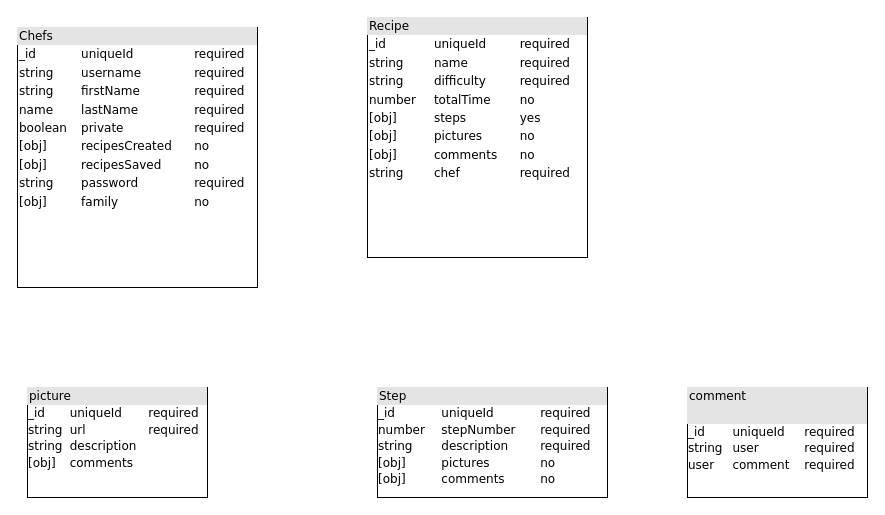
Earlier version of the draw.io diagram cookbooksite.drawio (barboa91/back-cook). Source tidied: cells renumbered, new cells numbered last; positions are measured from the earlier drawing's top-left corner, leaving out a move shared by most shapes. Both pictures are drawn from the tidied source at 100%, with x=0, y=0 at pixel (17, 17).
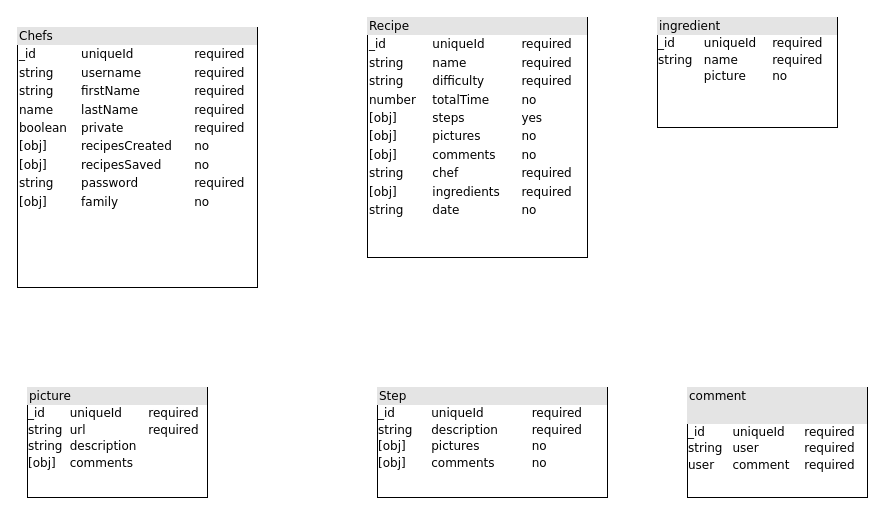
The same diagram, later.

Change to the diagram source:
```diff
@@
 <mxGraphModel>
   <root>
     <mxCell id="0" />
     <mxCell id="1" parent="0" />
     <mxCell id="2" value="&lt;div style=&quot;box-sizing: border-box ; width: 100% ; background: #e4e4e4 ; padding: 2px&quot;&gt;Chefs&lt;/div&gt;&lt;table style=&quot;width: 100% ; font-size: 1em&quot; cellpadding=&quot;2&quot; cellspacing=&quot;0&quot;&gt;&lt;tbody&gt;&lt;tr&gt;&lt;td&gt;_id&lt;/td&gt;&lt;td&gt;uniqueId&lt;/td&gt;&lt;td&gt;required&lt;/td&gt;&lt;/tr&gt;&lt;tr&gt;&lt;td&gt;string&lt;/td&gt;&lt;td&gt;username&lt;/td&gt;&lt;td&gt;required&lt;br&gt;&lt;/td&gt;&lt;/tr&gt;&lt;tr&gt;&lt;td&gt;string&lt;/td&gt;&lt;td&gt;firstName&lt;/td&gt;&lt;td&gt;required&lt;br&gt;&lt;/td&gt;&lt;/tr&gt;&lt;tr&gt;&lt;td&gt;name&lt;/td&gt;&lt;td&gt;lastName&lt;br&gt;&lt;/td&gt;&lt;td&gt;required&lt;br&gt;&lt;/td&gt;&lt;/tr&gt;&lt;tr&gt;&lt;td&gt;boolean&lt;/td&gt;&lt;td&gt;private&lt;/td&gt;&lt;td&gt;required&lt;br&gt;&lt;/td&gt;&lt;/tr&gt;&lt;tr&gt;&lt;td&gt;[obj]&lt;br&gt;&lt;/td&gt;&lt;td&gt;recipesCreated&lt;/td&gt;&lt;td&gt;no&lt;/td&gt;&lt;/tr&gt;&lt;tr&gt;&lt;td&gt;[obj]&lt;br&gt;&lt;/td&gt;&lt;td&gt;recipesSaved&lt;/td&gt;&lt;td&gt;no&lt;/td&gt;&lt;/tr&gt;&lt;tr&gt;&lt;td&gt;string&lt;/td&gt;&lt;td&gt;password&lt;/td&gt;&lt;td&gt;required&lt;br&gt;&lt;/td&gt;&lt;/tr&gt;&lt;tr&gt;&lt;td&gt;[obj]&lt;br&gt;&lt;/td&gt;&lt;td&gt;family&lt;/td&gt;&lt;td&gt;no&lt;/td&gt;&lt;/tr&gt;&lt;/tbody&gt;&lt;/table&gt;" style="verticalAlign=top;align=left;overflow=fill;html=1;rounded=0;shadow=0;comic=0;labelBackgroundColor=none;strokeWidth=1;fontFamily=Verdana;fontSize=12;" parent="1" vertex="1">
       <mxGeometry y="10" width="240" height="260" as="geometry" />
     </mxCell>
-    <mxCell id="3" value="&lt;div style=&quot;box-sizing: border-box ; width: 100% ; background: #e4e4e4 ; padding: 2px&quot;&gt;Recipe&lt;br&gt;&lt;/div&gt;&lt;table style=&quot;width: 100% ; font-size: 1em&quot; cellpadding=&quot;2&quot; cellspacing=&quot;0&quot;&gt;&lt;tbody&gt;&lt;tr&gt;&lt;td&gt;_id&lt;/td&gt;&lt;td&gt;uniqueId&lt;/td&gt;&lt;td&gt;required&lt;/td&gt;&lt;/tr&gt;&lt;tr&gt;&lt;td&gt;string&lt;/td&gt;&lt;td&gt;name&lt;/td&gt;&lt;td&gt;required&lt;br&gt;&lt;/td&gt;&lt;/tr&gt;&lt;tr&gt;&lt;td&gt;string&lt;br&gt;&lt;/td&gt;&lt;td&gt;difficulty&lt;/td&gt;&lt;td&gt;required&lt;br&gt;&lt;/td&gt;&lt;/tr&gt;&lt;tr&gt;&lt;td&gt;number&lt;/td&gt;&lt;td&gt;totalTime&lt;/td&gt;&lt;td&gt;no&lt;/td&gt;&lt;/tr&gt;&lt;tr&gt;&lt;td&gt;[obj]&lt;br&gt;&lt;/td&gt;&lt;td&gt;steps&lt;/td&gt;&lt;td&gt;yes&lt;/td&gt;&lt;/tr&gt;&lt;tr&gt;&lt;td&gt;[obj]&lt;br&gt;&lt;/td&gt;&lt;td&gt;pictures&lt;/td&gt;&lt;td&gt;no&lt;/td&gt;&lt;/tr&gt;&lt;tr&gt;&lt;td&gt;[obj]&lt;br&gt;&lt;/td&gt;&lt;td&gt;comments&lt;/td&gt;&lt;td&gt;no&lt;/td&gt;&lt;/tr&gt;&lt;tr&gt;&lt;td&gt;string&lt;/td&gt;&lt;td&gt;chef&lt;/td&gt;&lt;td&gt;required&lt;/td&gt;&lt;/tr&gt;&lt;tr&gt;&lt;td&gt;&lt;br&gt;&lt;/td&gt;&lt;td&gt;&lt;br&gt;&lt;/td&gt;&lt;td&gt;&lt;br&gt;&lt;/td&gt;&lt;/tr&gt;&lt;/tbody&gt;&lt;/table&gt;" style="verticalAlign=top;align=left;overflow=fill;html=1;rounded=0;shadow=0;comic=0;labelBackgroundColor=none;strokeWidth=1;fontFamily=Verdana;fontSize=12;" parent="1" vertex="1">
+    <mxCell id="3" value="&lt;div style=&quot;box-sizing: border-box ; width: 100% ; background: #e4e4e4 ; padding: 2px&quot;&gt;Recipe&lt;br&gt;&lt;/div&gt;&lt;table style=&quot;width: 100% ; font-size: 1em&quot; cellpadding=&quot;2&quot; cellspacing=&quot;0&quot;&gt;&lt;tbody&gt;&lt;tr&gt;&lt;td&gt;_id&lt;/td&gt;&lt;td&gt;uniqueId&lt;/td&gt;&lt;td&gt;required&lt;/td&gt;&lt;/tr&gt;&lt;tr&gt;&lt;td&gt;string&lt;/td&gt;&lt;td&gt;name&lt;/td&gt;&lt;td&gt;required&lt;br&gt;&lt;/td&gt;&lt;/tr&gt;&lt;tr&gt;&lt;td&gt;string&lt;br&gt;&lt;/td&gt;&lt;td&gt;difficulty&lt;/td&gt;&lt;td&gt;required&lt;br&gt;&lt;/td&gt;&lt;/tr&gt;&lt;tr&gt;&lt;td&gt;number&lt;/td&gt;&lt;td&gt;totalTime&lt;/td&gt;&lt;td&gt;no&lt;/td&gt;&lt;/tr&gt;&lt;tr&gt;&lt;td&gt;[obj]&lt;br&gt;&lt;/td&gt;&lt;td&gt;steps&lt;/td&gt;&lt;td&gt;yes&lt;/td&gt;&lt;/tr&gt;&lt;tr&gt;&lt;td&gt;[obj]&lt;br&gt;&lt;/td&gt;&lt;td&gt;pictures&lt;/td&gt;&lt;td&gt;no&lt;/td&gt;&lt;/tr&gt;&lt;tr&gt;&lt;td&gt;[obj]&lt;br&gt;&lt;/td&gt;&lt;td&gt;comments&lt;/td&gt;&lt;td&gt;no&lt;/td&gt;&lt;/tr&gt;&lt;tr&gt;&lt;td&gt;string&lt;/td&gt;&lt;td&gt;chef&lt;/td&gt;&lt;td&gt;required&lt;/td&gt;&lt;/tr&gt;&lt;tr&gt;&lt;td&gt;[obj]&lt;/td&gt;&lt;td&gt;ingredients&lt;/td&gt;&lt;td&gt;required&lt;/td&gt;&lt;/tr&gt;&lt;tr&gt;&lt;td&gt;string&lt;/td&gt;&lt;td&gt;date&lt;/td&gt;&lt;td&gt;no&lt;/td&gt;&lt;/tr&gt;&lt;/tbody&gt;&lt;/table&gt;" style="verticalAlign=top;align=left;overflow=fill;html=1;rounded=0;shadow=0;comic=0;labelBackgroundColor=none;strokeWidth=1;fontFamily=Verdana;fontSize=12;" parent="1" vertex="1">
       <mxGeometry x="350" width="220" height="240" as="geometry" />
     </mxCell>
     <mxCell id="4" value="&lt;div style=&quot;box-sizing: border-box ; width: 100% ; background: #e4e4e4 ; padding: 2px&quot;&gt;picture&lt;br&gt;&lt;/div&gt;&lt;table style=&quot;width: 100% ; font-size: 1em&quot; cellpadding=&quot;1&quot; cellspacing=&quot;0&quot;&gt;&lt;tbody&gt;&lt;tr&gt;&lt;td&gt;_id&lt;/td&gt;&lt;td&gt;uniqueId&lt;/td&gt;&lt;td&gt;required&lt;/td&gt;&lt;/tr&gt;&lt;tr&gt;&lt;td&gt;string&lt;/td&gt;&lt;td&gt;url&lt;/td&gt;&lt;td&gt;required&lt;/td&gt;&lt;/tr&gt;&lt;tr&gt;&lt;td&gt;string&lt;/td&gt;&lt;td&gt;description&lt;/td&gt;&lt;td&gt;&lt;br&gt;&lt;/td&gt;&lt;/tr&gt;&lt;tr&gt;&lt;td&gt;[obj]&lt;/td&gt;&lt;td&gt;comments&lt;/td&gt;&lt;td&gt;&lt;br&gt;&lt;/td&gt;&lt;/tr&gt;&lt;/tbody&gt;&lt;/table&gt;" style="verticalAlign=top;align=left;overflow=fill;html=1;rounded=0;shadow=0;comic=0;labelBackgroundColor=none;strokeWidth=1;fontFamily=Verdana;fontSize=12;" parent="1" vertex="1">
       <mxGeometry x="10" y="370" width="180" height="110" as="geometry" />
     </mxCell>
     <mxCell id="5" value="&lt;div style=&quot;box-sizing: border-box ; width: 100% ; background: #e4e4e4 ; padding: 2px&quot;&gt;comment&lt;br&gt;&lt;/div&gt;&lt;div style=&quot;box-sizing: border-box ; width: 100% ; background: #e4e4e4 ; padding: 2px&quot;&gt;&lt;br&gt;&lt;/div&gt;&lt;table style=&quot;width: 100% ; font-size: 1em&quot; cellpadding=&quot;1&quot; cellspacing=&quot;0&quot;&gt;&lt;tbody&gt;&lt;tr&gt;&lt;td&gt;_id&lt;/td&gt;&lt;td&gt;uniqueId&lt;/td&gt;&lt;td&gt;required&lt;/td&gt;&lt;/tr&gt;&lt;tr&gt;&lt;td&gt;string&lt;/td&gt;&lt;td&gt;user&lt;/td&gt;&lt;td&gt;required&lt;/td&gt;&lt;/tr&gt;&lt;tr&gt;&lt;td&gt;user&lt;/td&gt;&lt;td&gt;comment&lt;/td&gt;&lt;td&gt;required&lt;/td&gt;&lt;/tr&gt;&lt;tr&gt;&lt;td&gt;&lt;br&gt;&lt;/td&gt;&lt;td&gt;&lt;br&gt;&lt;/td&gt;&lt;td&gt;&lt;br&gt;&lt;/td&gt;&lt;/tr&gt;&lt;/tbody&gt;&lt;/table&gt;" style="verticalAlign=top;align=left;overflow=fill;html=1;rounded=0;shadow=0;comic=0;labelBackgroundColor=none;strokeWidth=1;fontFamily=Verdana;fontSize=12;" parent="1" vertex="1">
       <mxGeometry x="670" y="370" width="180" height="110" as="geometry" />
     </mxCell>
-    <mxCell id="6" value="&lt;div style=&quot;box-sizing: border-box ; width: 100% ; background: #e4e4e4 ; padding: 2px&quot;&gt;Step&lt;/div&gt;&lt;table style=&quot;width: 100% ; font-size: 1em&quot; cellpadding=&quot;1&quot; cellspacing=&quot;0&quot;&gt;&lt;tbody&gt;&lt;tr&gt;&lt;td&gt;_id&lt;/td&gt;&lt;td&gt;uniqueId&lt;/td&gt;&lt;td&gt;required&lt;/td&gt;&lt;/tr&gt;&lt;tr&gt;&lt;td&gt;number&lt;/td&gt;&lt;td&gt;stepNumber&lt;/td&gt;&lt;td&gt;required&lt;/td&gt;&lt;/tr&gt;&lt;tr&gt;&lt;td&gt;string&lt;/td&gt;&lt;td&gt;description&lt;/td&gt;&lt;td&gt;required&lt;/td&gt;&lt;/tr&gt;&lt;tr&gt;&lt;td&gt;[obj]&lt;/td&gt;&lt;td&gt;pictures&lt;/td&gt;&lt;td&gt;no&lt;/td&gt;&lt;/tr&gt;&lt;tr&gt;&lt;td&gt;[obj]&lt;br&gt;&lt;/td&gt;&lt;td&gt;comments&lt;/td&gt;&lt;td&gt;no&lt;/td&gt;&lt;/tr&gt;&lt;/tbody&gt;&lt;/table&gt;" style="verticalAlign=top;align=left;overflow=fill;html=1;rounded=0;shadow=0;comic=0;labelBackgroundColor=none;strokeWidth=1;fontFamily=Verdana;fontSize=12;" parent="1" vertex="1">
+    <mxCell id="6" value="&lt;div style=&quot;box-sizing: border-box ; width: 100% ; background: #e4e4e4 ; padding: 2px&quot;&gt;Step&lt;/div&gt;&lt;table style=&quot;width: 100% ; font-size: 1em&quot; cellpadding=&quot;1&quot; cellspacing=&quot;0&quot;&gt;&lt;tbody&gt;&lt;tr&gt;&lt;td&gt;_id&lt;/td&gt;&lt;td&gt;uniqueId&lt;/td&gt;&lt;td&gt;required&lt;/td&gt;&lt;/tr&gt;&lt;tr&gt;&lt;td&gt;string&lt;/td&gt;&lt;td&gt;description&lt;/td&gt;&lt;td&gt;required&lt;/td&gt;&lt;/tr&gt;&lt;tr&gt;&lt;td&gt;[obj]&lt;/td&gt;&lt;td&gt;pictures&lt;/td&gt;&lt;td&gt;no&lt;/td&gt;&lt;/tr&gt;&lt;tr&gt;&lt;td&gt;[obj]&lt;br&gt;&lt;/td&gt;&lt;td&gt;comments&lt;/td&gt;&lt;td&gt;no&lt;/td&gt;&lt;/tr&gt;&lt;/tbody&gt;&lt;/table&gt;" style="verticalAlign=top;align=left;overflow=fill;html=1;rounded=0;shadow=0;comic=0;labelBackgroundColor=none;strokeWidth=1;fontFamily=Verdana;fontSize=12;" parent="1" vertex="1">
       <mxGeometry x="360" y="370" width="230" height="110" as="geometry" />
     </mxCell>
+    <mxCell id="7" value="&lt;div style=&quot;box-sizing: border-box ; width: 100% ; background: #e4e4e4 ; padding: 2px&quot;&gt;ingredient&lt;/div&gt;&lt;table style=&quot;width: 100% ; font-size: 1em&quot; cellpadding=&quot;1&quot; cellspacing=&quot;0&quot;&gt;&lt;tbody&gt;&lt;tr&gt;&lt;td&gt;_id&lt;/td&gt;&lt;td&gt;uniqueId&lt;/td&gt;&lt;td&gt;required&lt;/td&gt;&lt;/tr&gt;&lt;tr&gt;&lt;td&gt;string&lt;/td&gt;&lt;td&gt;name&lt;/td&gt;&lt;td&gt;required&lt;/td&gt;&lt;/tr&gt;&lt;tr&gt;&lt;td&gt;&lt;br&gt;&lt;/td&gt;&lt;td&gt;picture&lt;/td&gt;&lt;td&gt;no&lt;/td&gt;&lt;/tr&gt;&lt;tr&gt;&lt;td&gt;&lt;br&gt;&lt;/td&gt;&lt;td&gt;&lt;br&gt;&lt;/td&gt;&lt;td&gt;&lt;br&gt;&lt;/td&gt;&lt;/tr&gt;&lt;/tbody&gt;&lt;/table&gt;" style="verticalAlign=top;align=left;overflow=fill;html=1;rounded=0;shadow=0;comic=0;labelBackgroundColor=none;strokeWidth=1;fontFamily=Verdana;fontSize=12;" parent="1" vertex="1">
+      <mxGeometry x="640" width="180" height="110" as="geometry" />
+    </mxCell>
   </root>
 </mxGraphModel>
```
